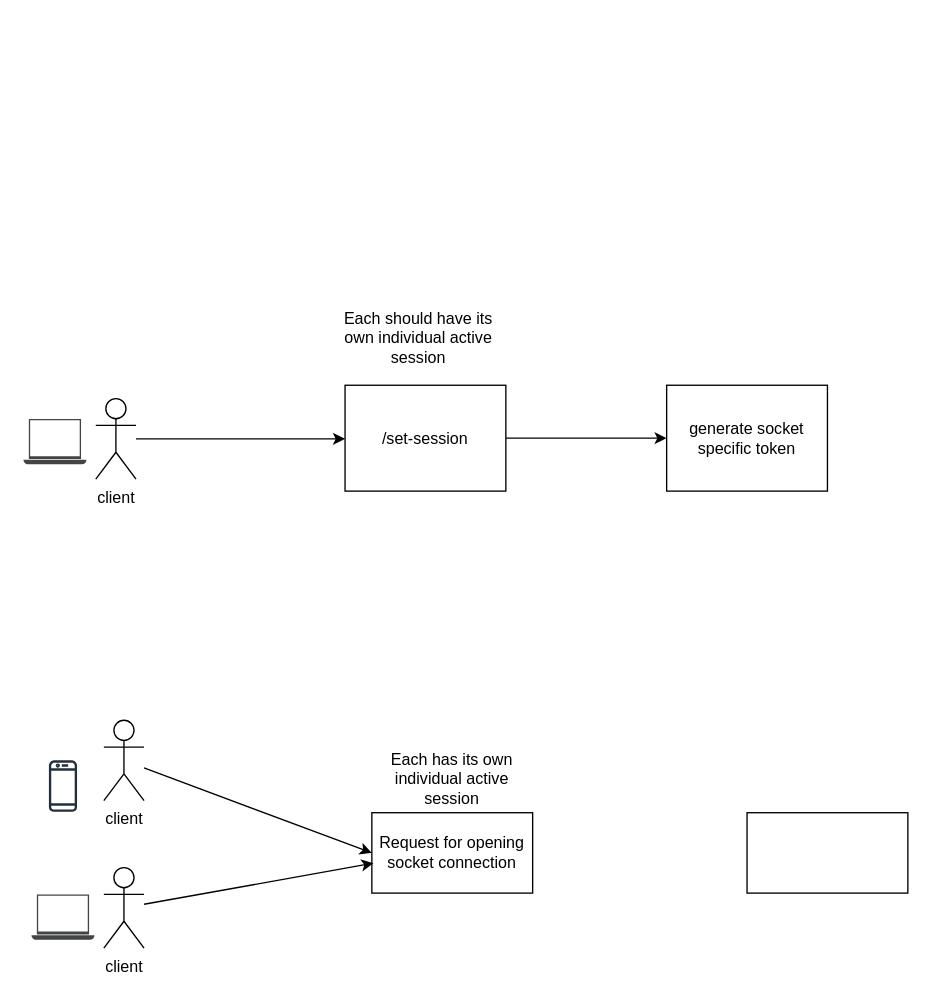
Above: socket-system.drawio in beastzdotdev/beastz-api (draw.io), before the change. Source tidied: cells renumbered, new cells numbered last; positions are measured from the earlier drawing's top-left corner, leaving out a move shared by most shapes. Both pictures are drawn from the tidied source at 134%, with x=0, y=0 at pixel (23, 318).
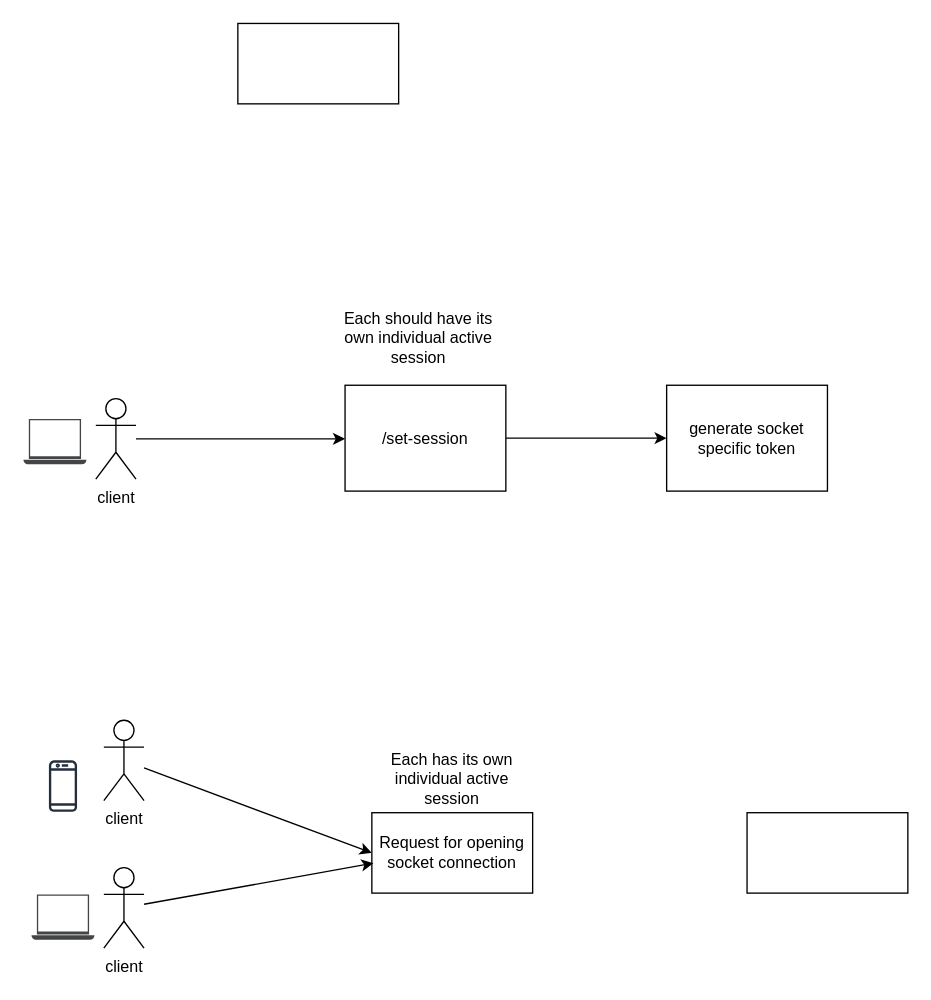
After the change.

The edit, as a diff of the source:
```diff
@@
 <mxGraphModel>
   <root>
     <mxCell id="0" />
     <mxCell id="1" parent="0" />
     <mxCell id="2" style="edgeStyle=none;html=1;entryX=0;entryY=0.5;entryDx=0;entryDy=0;" parent="1" edge="1" source="3" target="4">
       <mxGeometry relative="1" as="geometry" />
     </mxCell>
     <mxCell id="3" value="client" style="shape=umlActor;verticalLabelPosition=bottom;verticalAlign=top;html=1;outlineConnect=0;" parent="1" vertex="1">
       <mxGeometry x="60" y="300" width="30" height="60" as="geometry" />
     </mxCell>
     <mxCell id="4" value="Request for opening socket connection" style="rounded=0;whiteSpace=wrap;html=1;" parent="1" vertex="1">
       <mxGeometry x="260" y="369" width="120" height="60" as="geometry" />
     </mxCell>
     <mxCell id="5" style="edgeStyle=none;html=1;entryX=0.01;entryY=0.628;entryDx=0;entryDy=0;entryPerimeter=0;" parent="1" edge="1" source="6" target="4">
       <mxGeometry relative="1" as="geometry" />
     </mxCell>
     <mxCell id="6" value="client" style="shape=umlActor;verticalLabelPosition=bottom;verticalAlign=top;html=1;outlineConnect=0;" parent="1" vertex="1">
       <mxGeometry x="60" y="410" width="30" height="60" as="geometry" />
     </mxCell>
     <mxCell id="7" style="sketch=0;fontColor=#232F3E;gradientColor=none;fillColor=#232F3D;strokeColor=none;dashed=0;verticalLabelPosition=bottom;verticalAlign=top;align=center;html=1;fontSize=12;fontStyle=0;shape=mxgraph.aws4.mobile_client;" parent="1" vertex="1">
       <mxGeometry x="19" y="329.1" width="21" height="40" as="geometry" />
     </mxCell>
     <mxCell id="8" style="sketch=0;shadow=0;dashed=0;html=1;strokeColor=none;fillColor=#434445;labelPosition=center;verticalLabelPosition=bottom;verticalAlign=top;align=center;shape=mxgraph.vvd.laptop;" parent="1" vertex="1">
       <mxGeometry x="6" y="430" width="47" height="33.8" as="geometry" />
     </mxCell>
     <mxCell id="9" style="rounded=0;whiteSpace=wrap;html=1;" parent="1" vertex="1">
       <mxGeometry x="540" y="369" width="120" height="60" as="geometry" />
     </mxCell>
     <mxCell id="10" value="Each has its own individual active session" style="text;html=1;strokeColor=none;fillColor=none;align=center;verticalAlign=middle;whiteSpace=wrap;rounded=0;" parent="1" vertex="1">
       <mxGeometry x="255" y="329.1" width="130" height="30" as="geometry" />
     </mxCell>
     <mxCell id="11" style="edgeStyle=none;html=1;entryX=0;entryY=0.5;entryDx=0;entryDy=0;" parent="1" edge="1" source="12" target="17">
       <mxGeometry relative="1" as="geometry" />
     </mxCell>
     <mxCell id="12" value="/set-session" style="rounded=0;whiteSpace=wrap;html=1;" parent="1" vertex="1">
       <mxGeometry x="240" y="50" width="120" height="79" as="geometry" />
     </mxCell>
     <mxCell id="13" style="edgeStyle=none;html=1;" parent="1" edge="1" source="14">
       <mxGeometry relative="1" as="geometry">
         <mxPoint x="240" y="90" as="targetPoint" />
       </mxGeometry>
     </mxCell>
     <mxCell id="14" value="client" style="shape=umlActor;verticalLabelPosition=bottom;verticalAlign=top;html=1;outlineConnect=0;" parent="1" vertex="1">
       <mxGeometry x="54" y="60" width="30" height="60" as="geometry" />
     </mxCell>
     <mxCell id="15" style="sketch=0;shadow=0;dashed=0;html=1;strokeColor=none;fillColor=#434445;labelPosition=center;verticalLabelPosition=bottom;verticalAlign=top;align=center;shape=mxgraph.vvd.laptop;" parent="1" vertex="1">
       <mxGeometry y="75.2" width="47" height="33.8" as="geometry" />
     </mxCell>
     <mxCell id="16" value="Each should have its own individual active session" style="text;html=1;strokeColor=none;fillColor=none;align=center;verticalAlign=middle;whiteSpace=wrap;rounded=0;" parent="1" vertex="1">
       <mxGeometry x="230" width="130" height="30" as="geometry" />
     </mxCell>
     <mxCell id="17" value="generate socket specific token" style="rounded=0;whiteSpace=wrap;html=1;" parent="1" vertex="1">
       <mxGeometry x="480" y="50" width="120" height="79" as="geometry" />
     </mxCell>
+    <mxCell id="18" style="rounded=0;whiteSpace=wrap;html=1;" parent="1" vertex="1">
+      <mxGeometry x="160" y="-220" width="120" height="60" as="geometry" />
+    </mxCell>
   </root>
 </mxGraphModel>
```
